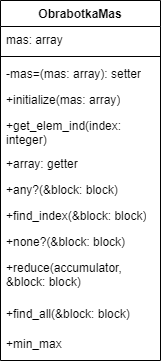
xchall/Ruby-tasks keeps this draw.io diagram as blocks_collections/class_obrabotka_mas.png. Above is the earlier version. Source tidied: cells renumbered, new cells last; positions are measured from the earlier drawing's top-left corner, leaving out a move shared by most shapes.
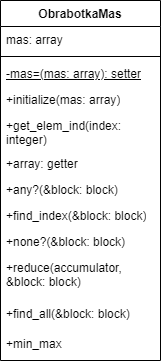
After the change.

Commit message:
mas= метод класса

The edit, as a diff of the source:
```diff
@@ -11,7 +11,7 @@
     <mxCell id="4" style="line;strokeWidth=1;fillColor=none;align=left;verticalAlign=middle;spacingTop=-1;spacingLeft=3;spacingRight=3;labelPosition=right;strokeColor=inherit;" parent="2" vertex="1">
       <mxGeometry y="52" width="160" height="8" as="geometry" />
     </mxCell>
-    <mxCell id="5" value="-mas=(mas: array): setter" style="text;strokeColor=none;fillColor=none;align=left;verticalAlign=top;spacingLeft=4;spacingRight=4;overflow=hidden;whiteSpace=wrap;html=1;" parent="2" vertex="1">
+    <mxCell id="5" value="-mas=(mas: array): setter" style="text;strokeColor=none;fillColor=none;align=left;verticalAlign=top;spacingLeft=4;spacingRight=4;overflow=hidden;whiteSpace=wrap;html=1;fontStyle=4;" parent="2" vertex="1">
       <mxGeometry y="60" width="160" height="26" as="geometry" />
     </mxCell>
     <mxCell id="6" value="+initialize(mas: array)" style="text;strokeColor=none;fillColor=none;align=left;verticalAlign=top;spacingLeft=4;spacingRight=4;overflow=hidden;whiteSpace=wrap;html=1;" parent="2" vertex="1">
```
